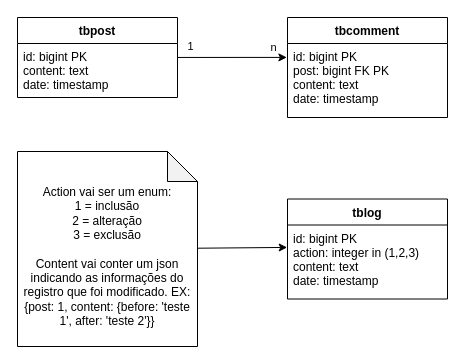
The draw.io diagram diagramas/diagrama_er.drawio in DavidRusycki/news-laravel, before the edit. Source tidied: cells renumbered, new cells numbered last; positions are measured from the earlier drawing's top-left corner, leaving out a move shared by most shapes. Both pictures are drawn from the tidied source at 100%, with x=0, y=0 at pixel (17, 17).
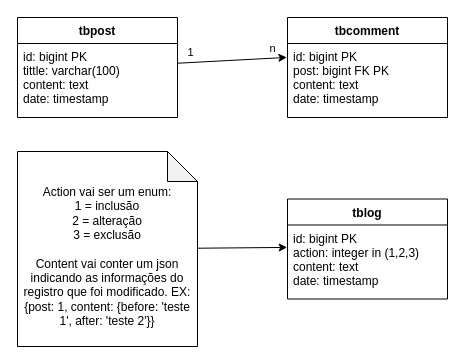
The same page after the edit.

Diff of the diagram source:
```diff
@@
 <mxGraphModel>
   <root>
     <mxCell id="0" />
     <mxCell id="1" parent="0" />
     <mxCell id="2" style="edgeStyle=none;html=1;entryX=-0.004;entryY=0.188;entryDx=0;entryDy=0;entryPerimeter=0;" parent="1" edge="1" source="5" target="8">
       <mxGeometry relative="1" as="geometry" />
     </mxCell>
     <mxCell id="3" value="1" style="edgeLabel;html=1;align=center;verticalAlign=middle;" parent="2" vertex="1">
       <mxGeometry x="-0.77" relative="1" as="geometry">
         <mxPoint y="-11" as="offset" />
       </mxGeometry>
     </mxCell>
     <mxCell id="4" value="n" style="edgeLabel;html=1;align=center;verticalAlign=middle;" parent="2" vertex="1">
       <mxGeometry x="0.74" y="-1" relative="1" as="geometry">
         <mxPoint y="-11" as="offset" />
       </mxGeometry>
     </mxCell>
     <mxCell id="5" value="tbpost" style="swimlane;fontStyle=1;align=center;verticalAlign=top;horizontal=1;startSize=26;" parent="1" vertex="1">
-      <mxGeometry width="160" height="80" as="geometry" />
+      <mxGeometry width="160" height="100" as="geometry" />
     </mxCell>
-    <mxCell id="6" value="id: bigint PK&#10;content: text&#10;date: timestamp" style="text;strokeColor=none;fillColor=none;align=left;verticalAlign=top;spacingLeft=4;spacingRight=4;overflow=hidden;" parent="5" vertex="1">
-      <mxGeometry y="26" width="160" height="54" as="geometry" />
+    <mxCell id="6" value="id: bigint PK&#10;tittle: varchar(100)&#10;content: text&#10;date: timestamp" style="text;strokeColor=none;fillColor=none;align=left;verticalAlign=top;spacingLeft=4;spacingRight=4;overflow=hidden;" parent="5" vertex="1">
+      <mxGeometry y="26" width="160" height="74" as="geometry" />
     </mxCell>
     <mxCell id="7" value="tbcomment" style="swimlane;fontStyle=1;align=center;verticalAlign=top;horizontal=1;startSize=26;" parent="1" vertex="1">
       <mxGeometry x="270" width="160" height="100" as="geometry" />
     </mxCell>
     <mxCell id="8" value="id: bigint PK&#10;post: bigint FK PK&#10;content: text&#10;date: timestamp" style="text;strokeColor=none;fillColor=none;align=left;verticalAlign=top;spacingLeft=4;spacingRight=4;overflow=hidden;points=[[0,0.5],[1,0.5]];portConstraint=eastwest;" parent="7" vertex="1">
       <mxGeometry y="26" width="160" height="74" as="geometry" />
     </mxCell>
     <mxCell id="9" value="tblog" style="swimlane;fontStyle=1;align=center;verticalAlign=top;horizontal=1;startSize=26;" parent="1" vertex="1">
       <mxGeometry x="270" y="181.5" width="160" height="100" as="geometry" />
     </mxCell>
     <mxCell id="10" value="id: bigint PK&#10;action: integer in (1,2,3)&#10;content: text&#10;date: timestamp" style="text;strokeColor=none;fillColor=none;align=left;verticalAlign=top;spacingLeft=4;spacingRight=4;overflow=hidden;points=[[0,0.5],[1,0.5]];portConstraint=eastwest;" parent="9" vertex="1">
       <mxGeometry y="26" width="160" height="74" as="geometry" />
     </mxCell>
     <mxCell id="11" style="edgeStyle=none;html=1;entryX=-0.002;entryY=0.303;entryDx=0;entryDy=0;entryPerimeter=0;" parent="1" edge="1" source="12" target="10">
       <mxGeometry relative="1" as="geometry" />
     </mxCell>
     <mxCell id="12" value="&lt;br&gt;Action vai ser um enum:&lt;br&gt;1 = inclusão&lt;br&gt;2 = alteração&lt;br&gt;3 = exclusão&lt;br&gt;&lt;br&gt;Content vai conter um json indicando as informações do registro que foi modificado. EX: {post: 1, content: {before: 'teste 1', after: 'teste 2'}}" style="shape=note;whiteSpace=wrap;html=1;backgroundOutline=1;darkOpacity=0.05;" parent="1" vertex="1">
       <mxGeometry y="134" width="180" height="195" as="geometry" />
     </mxCell>
   </root>
 </mxGraphModel>
```
